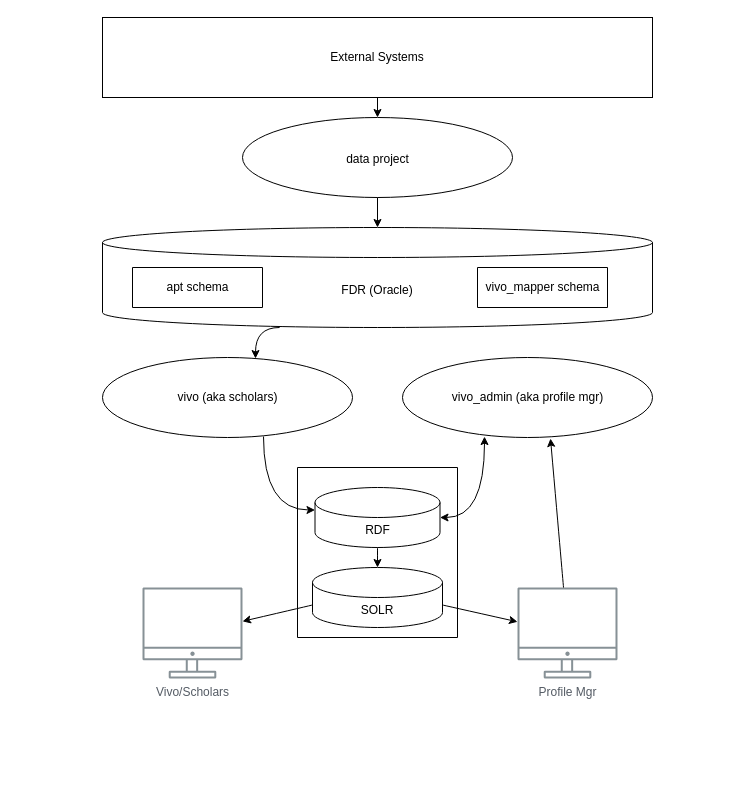
This is Untitled Diagram.drawio from tibbs001/scholars, a draw.io file, before an edit. Source tidied: cells renumbered, new cells numbered last; positions are measured from the earlier drawing's top-left corner, leaving out a move shared by most shapes. Both pictures are drawn from the tidied source at 100%, with x=0, y=0 at pixel (102, 17).
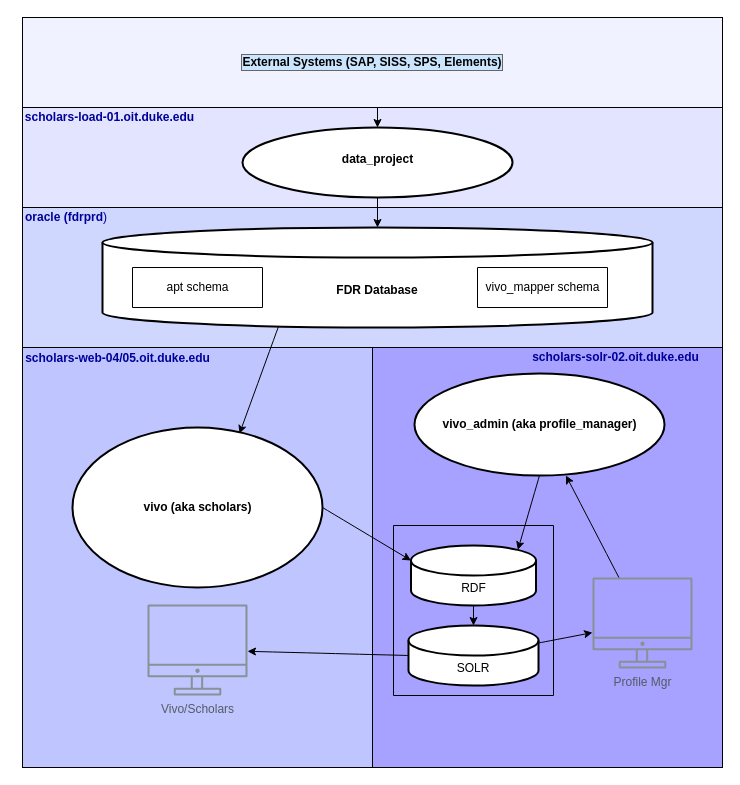
The same page after the edit.

Change to the diagram source:
```diff
@@
+    <mxCell id="23" style="rounded=0;whiteSpace=wrap;html=1;fillColor=#A7A1FF;" parent="1" vertex="1">
+      <mxGeometry x="270" y="330" width="350" height="420" as="geometry" />
+    </mxCell>
+    <mxCell id="24" style="rounded=0;whiteSpace=wrap;html=1;fillColor=#BFC6FF;" parent="1" vertex="1">
+      <mxGeometry x="-80" y="330" width="350" height="420" as="geometry" />
+    </mxCell>
+    <mxCell id="25" style="rounded=0;whiteSpace=wrap;html=1;fillColor=#CFD7FF;" parent="1" vertex="1">
+      <mxGeometry x="-80" y="190" width="700" height="140" as="geometry" />
+    </mxCell>
+    <mxCell id="26" style="rounded=0;whiteSpace=wrap;html=1;labelBackgroundColor=#CCFFFF;fillColor=#E3E4FF;" parent="1" vertex="1">
+      <mxGeometry x="-80" y="90" width="700" height="100" as="geometry" />
+    </mxCell>
-    <mxCell id="2" value="&lt;div&gt;data project&lt;/div&gt;&lt;div&gt;&lt;br&gt;&lt;br&gt;&lt;/div&gt;" style="verticalLabelPosition=middle;verticalAlign=bottom;html=1;shape=mxgraph.flowchart.on-page_reference;fontStyle=0;horizontal=1;labelPosition=center;align=center;" parent="1" vertex="1">
-      <mxGeometry x="140" y="100" width="270" height="80" as="geometry" />
+    <mxCell id="2" value="&lt;div&gt;&lt;span&gt;data_project&lt;/span&gt;&lt;/div&gt;&lt;div&gt;&lt;span&gt;&lt;br&gt;&lt;br&gt;&lt;/span&gt;&lt;/div&gt;" style="verticalLabelPosition=middle;verticalAlign=bottom;html=1;shape=mxgraph.flowchart.on-page_reference;fontStyle=1;horizontal=1;labelPosition=center;align=center;labelBorderColor=none;strokeWidth=2;" parent="1" vertex="1">
+      <mxGeometry x="140" y="110" width="270" height="70" as="geometry" />
     </mxCell>
@@
-    <mxCell id="4" value="External Systems" style="rounded=0;whiteSpace=wrap;html=1;" parent="1" vertex="1">
-      <mxGeometry width="550" height="80" as="geometry" />
+    <mxCell id="4" value="&lt;b&gt;External Systems (SAP, SISS, SPS, Elements)&lt;/b&gt;" style="rounded=0;whiteSpace=wrap;html=1;labelBackgroundColor=#CCE5FF;labelBorderColor=#666666;fillColor=#F0F2FF;" parent="1" vertex="1">
+      <mxGeometry x="-80" width="700" height="90" as="geometry" />
     </mxCell>
     <mxCell id="5" value="Vivo/Scholars" style="sketch=0;outlineConnect=0;gradientColor=none;fontColor=#545B64;strokeColor=none;fillColor=#879196;dashed=0;verticalLabelPosition=bottom;verticalAlign=top;align=center;html=1;fontSize=12;fontStyle=0;shape=mxgraph.aws4.illustration_desktop;" parent="1" vertex="1">
-      <mxGeometry x="40" y="570" width="100" height="91" as="geometry" />
+      <mxGeometry x="45" y="587" width="100" height="91" as="geometry" />
     </mxCell>
     <mxCell id="6" value="Profile Mgr" style="sketch=0;outlineConnect=0;gradientColor=none;fontColor=#545B64;strokeColor=none;fillColor=#879196;dashed=0;verticalLabelPosition=bottom;verticalAlign=top;align=center;html=1;fontSize=12;fontStyle=0;shape=mxgraph.aws4.illustration_desktop;" parent="1" vertex="1">
-      <mxGeometry x="415" y="570" width="100" height="91" as="geometry" />
+      <mxGeometry x="490" y="560" width="100" height="91" as="geometry" />
     </mxCell>
-    <mxCell id="7" value="FDR (Oracle)" style="shape=cylinder3;whiteSpace=wrap;html=1;boundedLbl=1;backgroundOutline=1;size=15;" parent="1" vertex="1">
+    <mxCell id="7" value="&lt;b&gt;FDR Database&lt;/b&gt;" style="shape=cylinder3;whiteSpace=wrap;html=1;boundedLbl=1;backgroundOutline=1;size=15;strokeWidth=2;" parent="1" vertex="1">
       <mxGeometry y="210" width="550" height="100" as="geometry" />
     </mxCell>
-    <mxCell id="8" value="vivo (aka scholars)" style="verticalLabelPosition=middle;verticalAlign=middle;html=1;shape=mxgraph.flowchart.on-page_reference;fontStyle=0;horizontal=1;labelPosition=center;align=center;" parent="1" vertex="1">
-      <mxGeometry y="340" width="250" height="80" as="geometry" />
+    <mxCell id="8" value="&lt;b&gt;vivo (aka scholars)&lt;/b&gt;" style="verticalLabelPosition=middle;verticalAlign=middle;html=1;shape=mxgraph.flowchart.on-page_reference;fontStyle=0;horizontal=1;labelPosition=center;align=center;strokeWidth=2;" parent="1" vertex="1">
+      <mxGeometry x="-30" y="410" width="250" height="160" as="geometry" />
     </mxCell>
-    <mxCell id="9" value="vivo_admin (aka profile mgr)" style="verticalLabelPosition=middle;verticalAlign=middle;html=1;shape=mxgraph.flowchart.on-page_reference;fontStyle=0;horizontal=1;labelPosition=center;align=center;" parent="1" vertex="1">
-      <mxGeometry x="300" y="340" width="250" height="80" as="geometry" />
+    <mxCell id="9" value="&lt;b&gt;vivo_admin (aka profile_manager)&lt;/b&gt;" style="verticalLabelPosition=middle;verticalAlign=middle;html=1;shape=mxgraph.flowchart.on-page_reference;fontStyle=0;horizontal=1;labelPosition=center;align=center;strokeWidth=2;" parent="1" vertex="1">
+      <mxGeometry x="312" y="356" width="250" height="102" as="geometry" />
     </mxCell>
-    <mxCell id="10" style="edgeStyle=orthogonalEdgeStyle;rounded=0;jettySize=auto;html=1;exitX=0.644;exitY=0.988;exitDx=0;exitDy=0;exitPerimeter=0;entryX=0;entryY=0;entryDx=0;entryDy=22.5;entryPerimeter=0;curved=1;" parent="1" edge="1" source="8" target="18">
-      <mxGeometry relative="1" as="geometry" />
-    </mxCell>
-    <mxCell id="11" style="edgeStyle=orthogonalEdgeStyle;rounded=0;jettySize=auto;html=1;exitX=0.322;exitY=1;exitDx=0;exitDy=0;exitPerimeter=0;curved=1;entryX=0.612;entryY=0.013;entryDx=0;entryDy=0;entryPerimeter=0;" parent="1" edge="1" source="7" target="8">
-      <mxGeometry relative="1" as="geometry" />
-    </mxCell>
@@
-    <mxCell id="15" style="endArrow=classic;startArrow=classic;html=1;rounded=0;curved=1;exitX=1;exitY=0.5;exitDx=0;exitDy=0;exitPerimeter=0;edgeStyle=orthogonalEdgeStyle;entryX=0.328;entryY=0.988;entryDx=0;entryDy=0;entryPerimeter=0;" parent="1" edge="1" source="18" target="9">
-      <mxGeometry relative="1" as="geometry" />
-    </mxCell>
-    <mxCell id="16" style="endArrow=classic;html=1;rounded=0;curved=1;exitX=0;exitY=0;exitDx=0;exitDy=37.5;exitPerimeter=0;" parent="1" edge="1" source="19" target="5">
+    <mxCell id="16" style="endArrow=classic;html=1;rounded=0;curved=1;exitX=0;exitY=0.5;exitDx=0;exitDy=0;exitPerimeter=0;" parent="1" edge="1" source="19" target="5">
       <mxGeometry relative="1" as="geometry" />
     </mxCell>
     <mxCell id="17" style="swimlane;startSize=0;" parent="1" vertex="1">
-      <mxGeometry x="195" y="450" width="160" height="170" as="geometry" />
+      <mxGeometry x="291" y="508" width="160" height="170" as="geometry" />
     </mxCell>
-    <mxCell id="18" value="RDF" style="shape=cylinder3;whiteSpace=wrap;html=1;boundedLbl=1;backgroundOutline=1;size=15;" parent="17" vertex="1">
+    <mxCell id="18" value="RDF" style="shape=cylinder3;whiteSpace=wrap;html=1;boundedLbl=1;backgroundOutline=1;size=15;strokeWidth=2;" parent="17" vertex="1">
       <mxGeometry x="17.5" y="20" width="125" height="60" as="geometry" />
     </mxCell>
-    <mxCell id="19" value="SOLR" style="shape=cylinder3;whiteSpace=wrap;html=1;boundedLbl=1;backgroundOutline=1;size=15;" parent="17" vertex="1">
+    <mxCell id="19" value="SOLR" style="shape=cylinder3;whiteSpace=wrap;html=1;boundedLbl=1;backgroundOutline=1;size=15;strokeWidth=2;" parent="17" vertex="1">
       <mxGeometry x="15" y="100" width="130" height="60" as="geometry" />
     </mxCell>
@@
-    <mxCell id="21" style="endArrow=classic;html=1;rounded=0;curved=1;exitX=1;exitY=0;exitDx=0;exitDy=37.5;exitPerimeter=0;" parent="1" edge="1" source="19" target="6">
+    <mxCell id="21" style="endArrow=classic;html=1;rounded=0;curved=1;" parent="1" edge="1" source="19" target="6">
       <mxGeometry relative="1" as="geometry" />
     </mxCell>
-    <mxCell id="22" style="endArrow=classic;html=1;rounded=0;curved=1;entryX=0.592;entryY=1.013;entryDx=0;entryDy=0;entryPerimeter=0;" parent="1" edge="1" source="6" target="9">
+    <mxCell id="22" style="endArrow=classic;html=1;rounded=0;curved=1;" parent="1" edge="1" source="6" target="9">
       <mxGeometry relative="1" as="geometry" />
     </mxCell>
+    <mxCell id="27" style="endArrow=none;html=1;rounded=0;curved=1;" parent="1" edge="1">
+      <mxGeometry relative="1" as="geometry">
+        <mxPoint x="-80" y="190" as="sourcePoint" />
+        <mxPoint x="600" y="190" as="targetPoint" />
+      </mxGeometry>
+    </mxCell>
+    <mxCell id="28" value="&lt;div&gt;&lt;font color=&quot;#000099&quot;&gt;&lt;b&gt;oracle (fdrprd&lt;/b&gt;)&lt;/font&gt;&lt;/div&gt;" style="text;html=1;strokeColor=none;fillColor=none;align=left;verticalAlign=middle;whiteSpace=wrap;rounded=0;" parent="1" vertex="1">
+      <mxGeometry x="-79" y="185" width="120" height="30" as="geometry" />
+    </mxCell>
+    <mxCell id="29" value="&lt;font color=&quot;#000099&quot;&gt;&lt;b&gt;scholars-load-01.oit.duke.edu&lt;/b&gt;&lt;/font&gt;" style="text;html=1;align=center;verticalAlign=middle;strokeColor=none;fillColor=none;" parent="1" vertex="1">
+      <mxGeometry x="-83" y="90" width="180" height="20" as="geometry" />
+    </mxCell>
+    <mxCell id="30" value="&lt;div&gt;&lt;font color=&quot;#000099&quot;&gt;&lt;b&gt;scholars-web-04/05.oit.duke.edu&lt;/b&gt;&lt;/font&gt;&lt;/div&gt;" style="text;html=1;align=center;verticalAlign=middle;strokeColor=none;fillColor=none;" parent="1" vertex="1">
+      <mxGeometry x="-85" y="331" width="200" height="20" as="geometry" />
+    </mxCell>
+    <mxCell id="31" value="&lt;div&gt;&lt;font color=&quot;#000099&quot;&gt;&lt;b&gt;scholars-solr-02.oit.duke.edu&lt;/b&gt;&lt;/font&gt;&lt;/div&gt;&lt;div&gt;&lt;font color=&quot;#000099&quot;&gt;&lt;b&gt;&lt;br&gt;&lt;/b&gt;&lt;/font&gt;&lt;/div&gt;" style="text;html=1;align=center;verticalAlign=middle;strokeColor=none;fillColor=none;" parent="1" vertex="1">
+      <mxGeometry x="423" y="332" width="180" height="30" as="geometry" />
+    </mxCell>
+    <mxCell id="10" style="endArrow=classic;html=1;rounded=0;curved=1;exitX=1;exitY=0.5;exitDx=0;exitDy=0;exitPerimeter=0;entryX=0;entryY=0;entryDx=0;entryDy=15;entryPerimeter=0;" parent="1" edge="1" source="8" target="18">
+      <mxGeometry relative="1" as="geometry" />
+    </mxCell>
+    <mxCell id="11" style="endArrow=classic;html=1;rounded=0;curved=1;exitX=0.32;exitY=0.99;exitDx=0;exitDy=0;exitPerimeter=0;entryX=0.668;entryY=0.038;entryDx=0;entryDy=0;entryPerimeter=0;" parent="1" edge="1" source="7" target="8">
+      <mxGeometry relative="1" as="geometry" />
+    </mxCell>
+    <mxCell id="32" style="endArrow=classic;html=1;rounded=0;curved=1;exitX=0.5;exitY=1;exitDx=0;exitDy=0;exitPerimeter=0;entryX=0.855;entryY=0;entryDx=0;entryDy=4.35;entryPerimeter=0;" parent="1" edge="1" source="9" target="18">
+      <mxGeometry relative="1" as="geometry" />
+    </mxCell>
```
